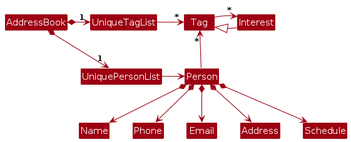
This is diagrams/BetterModelClassDiagram.png from AY2324S2-CS2103-F15-4/tp, a PlantUML export, as it was before one commit. Its source is kept beside it as diagrams/BetterModelClassDiagram.puml.
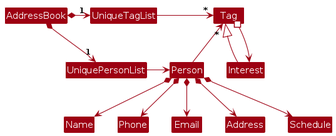
The same file after the commit.

Change to the diagram source:
```diff
@@ -14,7 +14,7 @@
 UniquePersonList -right-> Person
 
 Person -up-> "*" Tag
-Tag -> "*" Interest
+Tag #--> Interest
 
 Person *--> Name
 Person *--> Phone
```
